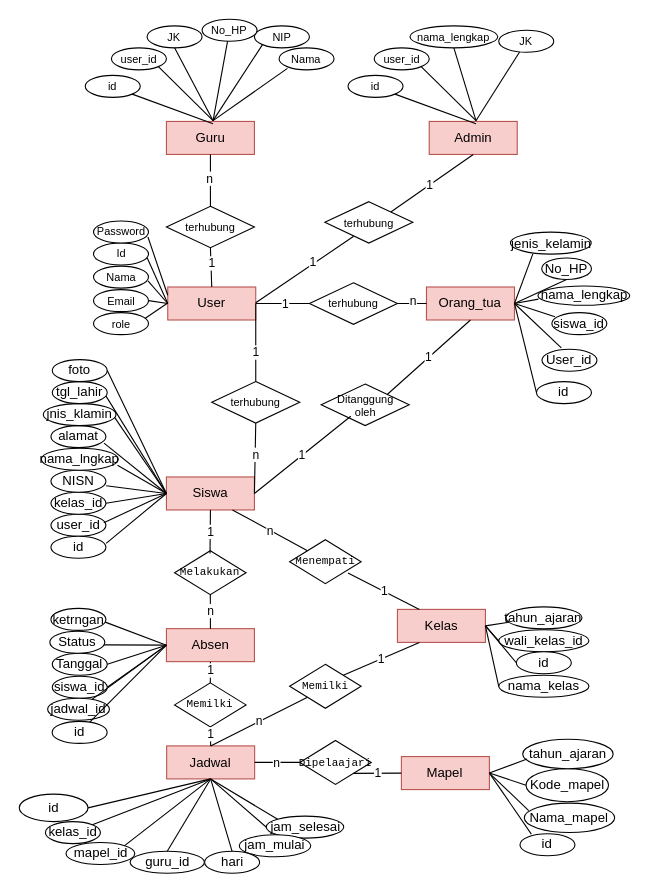
Above: page "Halaman-4" (3 of 4) of Diagram Tanpa Judul.drawio in bayudani/diagram (draw.io), before the change. Source tidied: cells renumbered, new cells numbered last; positions are measured from the earlier drawing's top-left corner, leaving out a move shared by most shapes. Both pictures are drawn from the tidied source at 110%, with x=0, y=0 at pixel (19, 19).
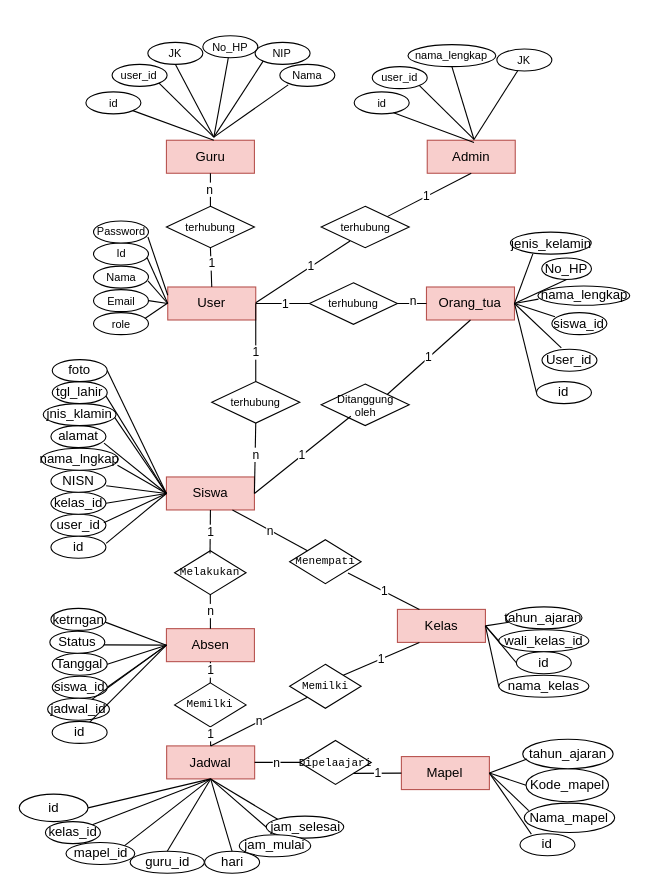
After the change.

Change to the diagram source:
```diff
@@
     <mxCell id="3" value="Guru" style="rounded=0;whiteSpace=wrap;html=1;fillColor=#f8cecc;strokeColor=#b85450;" parent="1" vertex="1">
-      <mxGeometry x="133.8" y="92.9" width="80" height="30" as="geometry" />
+      <mxGeometry x="133.8" y="110" width="80" height="30" as="geometry" />
     </mxCell>
@@
     <mxCell id="7" value="NIP" style="ellipse;whiteSpace=wrap;html=1;fontSize=10;" parent="1" vertex="1">
-      <mxGeometry x="213.8" y="6" width="50" height="20" as="geometry" />
+      <mxGeometry x="214.4" y="21" width="50" height="20" as="geometry" />
     </mxCell>
@@
     <mxCell id="9" value="Nama" style="ellipse;whiteSpace=wrap;html=1;fontSize=10;" parent="1" vertex="1">
-      <mxGeometry x="236.2" y="26" width="50" height="20" as="geometry" />
+      <mxGeometry x="236.9" y="41" width="50" height="20" as="geometry" />
     </mxCell>
@@
     <mxCell id="11" value="No_HP" style="ellipse;whiteSpace=wrap;html=1;fontSize=10;" parent="1" vertex="1">
-      <mxGeometry x="166.2" width="50" height="20" as="geometry" />
+      <mxGeometry x="166.9" y="15" width="50" height="20" as="geometry" />
     </mxCell>
@@
     <mxCell id="13" value="JK" style="ellipse;whiteSpace=wrap;html=1;fontSize=10;" parent="1" vertex="1">
-      <mxGeometry x="116.2" y="6" width="50" height="20" as="geometry" />
+      <mxGeometry x="116.9" y="21" width="50" height="20" as="geometry" />
     </mxCell>
@@
     <mxCell id="16" value="user_id" style="ellipse;whiteSpace=wrap;html=1;fontSize=10;" parent="1" vertex="1">
-      <mxGeometry x="83.8" y="26" width="50" height="20" as="geometry" />
+      <mxGeometry x="84.4" y="41" width="50" height="20" as="geometry" />
     </mxCell>
     <mxCell id="17" style="endArrow=none;html=1;rounded=0;exitX=0.5;exitY=0;exitDx=0;exitDy=0;entryX=0.152;entryY=0.934;entryDx=0;entryDy=0;entryPerimeter=0;" parent="1" edge="1" target="9">
       <mxGeometry relative="1" as="geometry">
-        <mxPoint x="176.2" y="92.2" as="sourcePoint" />
+        <mxPoint x="176.9" y="107.2" as="sourcePoint" />
       </mxGeometry>
     </mxCell>
     <mxCell id="18" style="endArrow=none;html=1;rounded=0;exitX=0.5;exitY=0;exitDx=0;exitDy=0;entryX=0;entryY=1;entryDx=0;entryDy=0;" parent="1" edge="1" target="7">
       <mxGeometry relative="1" as="geometry">
-        <mxPoint x="176.2" y="92.2" as="sourcePoint" />
+        <mxPoint x="176.9" y="107.2" as="sourcePoint" />
       </mxGeometry>
     </mxCell>
     <mxCell id="19" style="endArrow=none;html=1;rounded=0;exitX=0.5;exitY=0;exitDx=0;exitDy=0;" parent="1" edge="1" target="11">
       <mxGeometry relative="1" as="geometry">
-        <mxPoint x="176.2" y="92.2" as="sourcePoint" />
+        <mxPoint x="176.9" y="107.2" as="sourcePoint" />
       </mxGeometry>
     </mxCell>
     <mxCell id="20" style="endArrow=none;html=1;rounded=0;entryX=0.5;entryY=1;entryDx=0;entryDy=0;exitX=0.5;exitY=0;exitDx=0;exitDy=0;" parent="1" edge="1" target="13">
       <mxGeometry relative="1" as="geometry">
-        <mxPoint x="176.2" y="92.2" as="sourcePoint" />
+        <mxPoint x="176.9" y="107.2" as="sourcePoint" />
       </mxGeometry>
     </mxCell>
     <mxCell id="21" style="endArrow=none;html=1;rounded=0;entryX=1;entryY=1;entryDx=0;entryDy=0;exitX=0.5;exitY=0;exitDx=0;exitDy=0;" parent="1" edge="1" target="16">
       <mxGeometry relative="1" as="geometry">
-        <mxPoint x="176.2" y="92.2" as="sourcePoint" />
+        <mxPoint x="176.9" y="107.2" as="sourcePoint" />
       </mxGeometry>
     </mxCell>
@@
     <mxCell id="125" value="id" style="ellipse;whiteSpace=wrap;html=1;fontSize=10;" parent="1" vertex="1">
-      <mxGeometry x="60" y="51" width="50" height="20" as="geometry" />
+      <mxGeometry x="60.6" y="66" width="50" height="20" as="geometry" />
     </mxCell>
     <mxCell id="126" style="endArrow=none;html=1;rounded=0;entryX=1;entryY=1;entryDx=0;entryDy=0;" parent="1" edge="1" target="125">
       <mxGeometry relative="1" as="geometry">
-        <mxPoint x="176.2" y="95" as="sourcePoint" />
+        <mxPoint x="176.9" y="110" as="sourcePoint" />
       </mxGeometry>
     </mxCell>
@@
     <mxCell id="135" value="Admin" style="rounded=0;whiteSpace=wrap;html=1;fillColor=#f8cecc;strokeColor=#b85450;" parent="1" vertex="1">
-      <mxGeometry x="372.7" y="92.9" width="80" height="30" as="geometry" />
+      <mxGeometry x="370.9" y="110" width="80" height="30" as="geometry" />
     </mxCell>
     <mxCell id="136" value="JK" style="ellipse;whiteSpace=wrap;html=1;fontSize=10;" parent="1" vertex="1">
-      <mxGeometry x="435.9" y="10" width="50" height="20" as="geometry" />
+      <mxGeometry x="434.2" y="27.1" width="50" height="20" as="geometry" />
     </mxCell>
     <mxCell id="137" value="nama_lengkap" style="ellipse;whiteSpace=wrap;html=1;fontSize=10;" parent="1" vertex="1">
-      <mxGeometry x="355.2" y="6" width="79.8" height="20" as="geometry" />
+      <mxGeometry x="353.4" y="23.1" width="79.8" height="20" as="geometry" />
     </mxCell>
     <mxCell id="138" value="user_id" style="ellipse;whiteSpace=wrap;html=1;fontSize=10;" parent="1" vertex="1">
-      <mxGeometry x="322.7" y="26" width="50" height="20" as="geometry" />
+      <mxGeometry x="320.9" y="43.1" width="50" height="20" as="geometry" />
     </mxCell>
     <mxCell id="139" style="endArrow=none;html=1;rounded=0;exitX=0.5;exitY=0;exitDx=0;exitDy=0;" parent="1" edge="1" target="136">
       <mxGeometry relative="1" as="geometry">
-        <mxPoint x="415.2" y="92.2" as="sourcePoint" />
+        <mxPoint x="413.4" y="109.3" as="sourcePoint" />
       </mxGeometry>
     </mxCell>
     <mxCell id="140" style="endArrow=none;html=1;rounded=0;entryX=0.5;entryY=1;entryDx=0;entryDy=0;exitX=0.5;exitY=0;exitDx=0;exitDy=0;" parent="1" edge="1" target="137">
       <mxGeometry relative="1" as="geometry">
-        <mxPoint x="415.2" y="92.2" as="sourcePoint" />
+        <mxPoint x="413.4" y="109.3" as="sourcePoint" />
       </mxGeometry>
     </mxCell>
     <mxCell id="141" style="endArrow=none;html=1;rounded=0;entryX=1;entryY=1;entryDx=0;entryDy=0;exitX=0.5;exitY=0;exitDx=0;exitDy=0;" parent="1" edge="1" target="138">
       <mxGeometry relative="1" as="geometry">
-        <mxPoint x="415.2" y="92.2" as="sourcePoint" />
+        <mxPoint x="413.4" y="109.3" as="sourcePoint" />
       </mxGeometry>
     </mxCell>
     <mxCell id="142" value="id" style="ellipse;whiteSpace=wrap;html=1;fontSize=10;" parent="1" vertex="1">
-      <mxGeometry x="298.9" y="51" width="50" height="20" as="geometry" />
+      <mxGeometry x="304.5" y="66" width="50" height="20" as="geometry" />
     </mxCell>
-    <mxCell id="143" style="endArrow=none;html=1;rounded=0;entryX=1;entryY=1;entryDx=0;entryDy=0;" parent="1" edge="1" target="142">
+    <mxCell id="143" style="endArrow=none;html=1;rounded=0;entryX=1;entryY=1;entryDx=0;entryDy=0;" parent="1" edge="1">
       <mxGeometry relative="1" as="geometry">
-        <mxPoint x="415.2" y="95" as="sourcePoint" />
+        <mxPoint x="413.4" y="112.1" as="sourcePoint" />
+        <mxPoint x="340.3" y="85" as="targetPoint" />
       </mxGeometry>
     </mxCell>
     <mxCell id="144" value="terhubung" style="rhombus;whiteSpace=wrap;html=1;fontSize=10;" parent="1" vertex="1">
-      <mxGeometry x="277.8" y="165.8" width="80" height="37.7" as="geometry" />
+      <mxGeometry x="274.5" y="170" width="80" height="37.7" as="geometry" />
     </mxCell>
```
